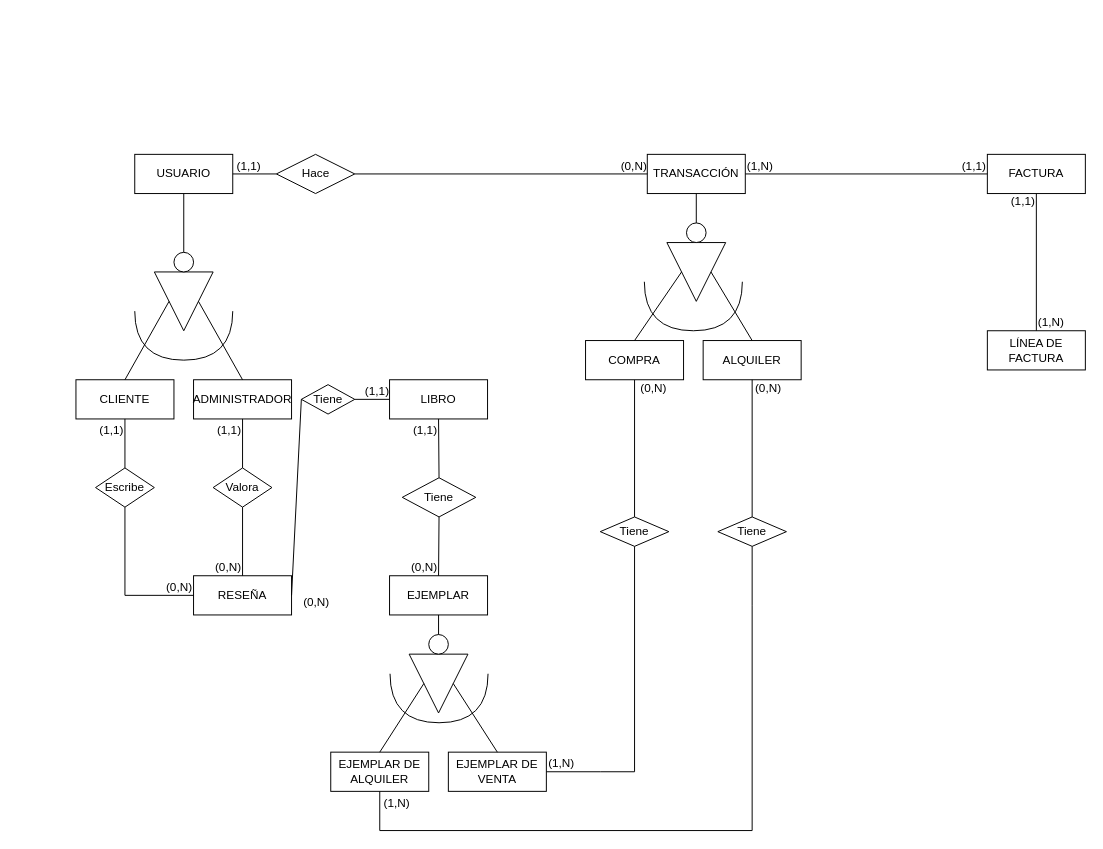
ImAlex28/draw.io keeps this draw.io diagram as Diagrama sin título.drawio. Above is the earlier version. Source tidied: cells renumbered, new cells numbered last; positions are measured from the earlier drawing's top-left corner, leaving out a move shared by most shapes. Both pictures are drawn from the tidied source at 98%, with x=0, y=0 at pixel (75, 154).
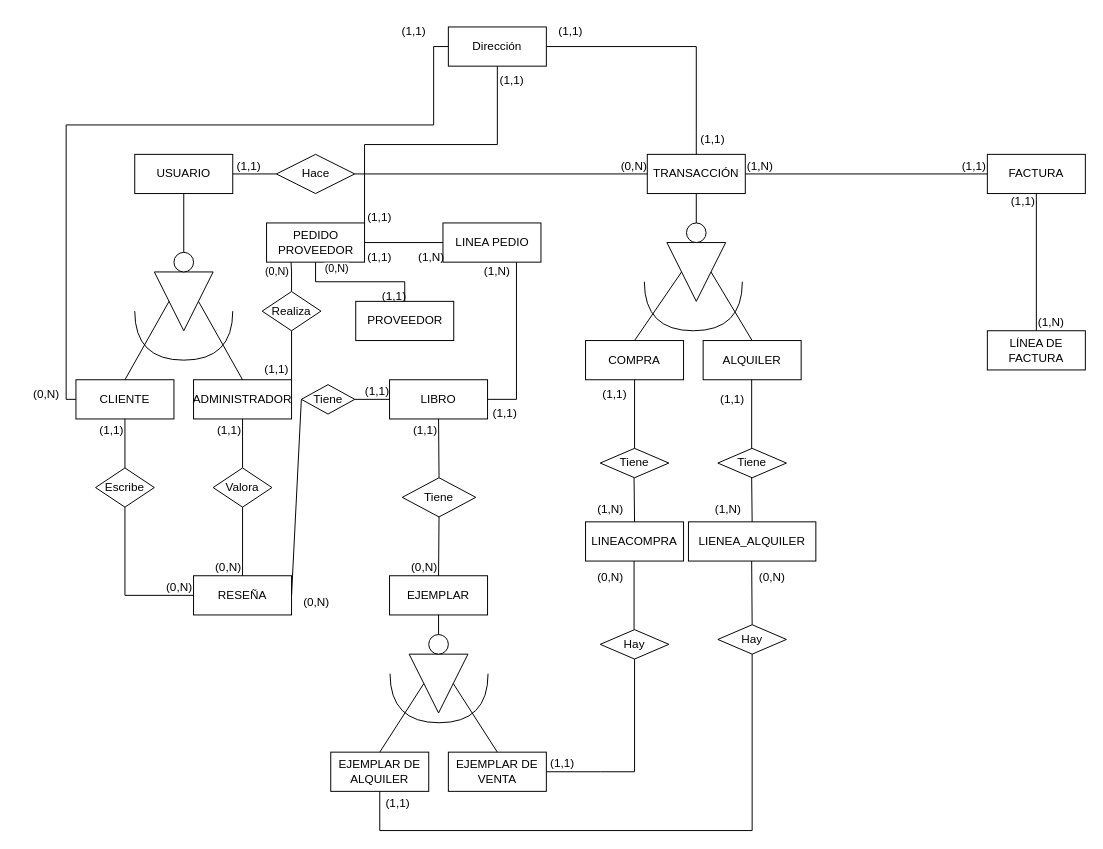
After the change.

Unchanged cells that the change refers to:
```xml
<mxCell id="2" value="LIBRO" style="whiteSpace=wrap;html=1;align=center;" parent="1" vertex="1">
  <mxGeometry x="320" y="230" width="100" height="40" as="geometry" />
</mxCell>
<mxCell id="4" value="EJEMPLAR DE ALQUILER" style="whiteSpace=wrap;html=1;align=center;" parent="1" vertex="1">
  <mxGeometry x="260" y="610" width="100" height="40" as="geometry" />
</mxCell>
<mxCell id="8" value="CLIENTE" style="whiteSpace=wrap;html=1;align=center;" parent="1" vertex="1">
  <mxGeometry y="230" width="100" height="40" as="geometry" />
</mxCell>
<mxCell id="9" value="ADMINISTRADOR" style="whiteSpace=wrap;html=1;align=center;" parent="1" vertex="1">
  <mxGeometry x="120" y="230" width="100" height="40" as="geometry" />
</mxCell>
<mxCell id="25" value="TRANSACCIÓN" style="whiteSpace=wrap;html=1;align=center;" parent="1" vertex="1">
  <mxGeometry x="583" width="100" height="40" as="geometry" />
</mxCell>
<mxCell id="50" style="endArrow=none;html=1;rounded=0;entryX=1;entryY=0.5;entryDx=0;entryDy=0;exitX=0.5;exitY=1;exitDx=0;exitDy=0;" parent="1" edge="1" source="47" target="5">
  <mxGeometry relative="1" as="geometry">
    <Array as="points">
      <mxPoint x="570" y="630" />
      <mxPoint x="535" y="630" />
    </Array>
  </mxGeometry>
</mxCell>
<mxCell id="53" value="COMPRA" style="whiteSpace=wrap;html=1;align=center;" parent="1" vertex="1">
  <mxGeometry x="520" y="190" width="100" height="40" as="geometry" />
</mxCell>
<mxCell id="54" value="ALQUILER" style="whiteSpace=wrap;html=1;align=center;" parent="1" vertex="1">
  <mxGeometry x="640" y="190" width="100" height="40" as="geometry" />
</mxCell>
```

Diff of the diagram source:
```diff
@@
+    <mxCell id="74" style="edgeStyle=orthogonalEdgeStyle;rounded=0;jettySize=auto;html=1;exitX=0;exitY=0.5;exitDx=0;exitDy=0;entryX=0;entryY=0.5;entryDx=0;entryDy=0;endArrow=none;startFill=0;" parent="1" edge="1" source="8" target="91">
+      <mxGeometry relative="1" as="geometry">
+        <Array as="points">
+          <mxPoint x="-10" y="250" />
+          <mxPoint x="-10" y="-30" />
+          <mxPoint x="365" y="-30" />
+          <mxPoint x="365" y="-110" />
+        </Array>
+      </mxGeometry>
+    </mxCell>
@@
-    <mxCell id="47" value="Tiene" style="shape=rhombus;perimeter=rhombusPerimeter;whiteSpace=wrap;html=1;align=center;" parent="1" vertex="1">
-      <mxGeometry x="535" y="370" width="70" height="30" as="geometry" />
+    <mxCell id="47" value="Hay" style="shape=rhombus;perimeter=rhombusPerimeter;whiteSpace=wrap;html=1;align=center;" parent="1" vertex="1">
+      <mxGeometry x="535" y="485" width="70" height="30" as="geometry" />
     </mxCell>
-    <mxCell id="48" style="endArrow=none;html=1;rounded=0;exitX=0.5;exitY=0;exitDx=0;exitDy=0;entryX=0.5;entryY=1;entryDx=0;entryDy=0;" parent="1" edge="1" source="47" target="53">
-      <mxGeometry relative="1" as="geometry" />
-    </mxCell>
-    <mxCell id="49" value="(0,N)" style="html=1;whiteSpace=wrap;align=right;verticalAlign=bottom;" parent="48" vertex="1">
-      <mxGeometry x="1" relative="1" as="geometry">
-        <mxPoint x="34" y="17" as="offset" />
-      </mxGeometry>
-    </mxCell>
@@
-    <mxCell id="51" value="(1,N)" style="html=1;whiteSpace=wrap;align=right;verticalAlign=bottom;" parent="50" vertex="1">
+    <mxCell id="51" value="(1,1)" style="html=1;whiteSpace=wrap;align=right;verticalAlign=bottom;" parent="50" vertex="1">
       <mxGeometry x="1" relative="1" as="geometry">
         <mxPoint x="30" as="offset" />
       </mxGeometry>
     </mxCell>
@@
-    <mxCell id="61" style="endArrow=none;html=1;rounded=0;entryX=0.5;entryY=1;entryDx=0;entryDy=0;exitX=0.5;exitY=0;exitDx=0;exitDy=0;" parent="1" edge="1" source="63" target="54">
-      <mxGeometry relative="1" as="geometry" />
-    </mxCell>
-    <mxCell id="62" value="(0,N)" style="html=1;whiteSpace=wrap;align=right;verticalAlign=bottom;" parent="61" vertex="1">
-      <mxGeometry x="1" relative="1" as="geometry">
-        <mxPoint x="31" y="17" as="offset" />
-      </mxGeometry>
-    </mxCell>
-    <mxCell id="63" value="Tiene" style="shape=rhombus;perimeter=rhombusPerimeter;whiteSpace=wrap;html=1;align=center;" parent="1" vertex="1">
-      <mxGeometry x="655" y="370" width="70" height="30" as="geometry" />
+    <mxCell id="63" value="Hay" style="shape=rhombus;perimeter=rhombusPerimeter;whiteSpace=wrap;html=1;align=center;" parent="1" vertex="1">
+      <mxGeometry x="655" y="480" width="70" height="30" as="geometry" />
     </mxCell>
     <mxCell id="64" style="endArrow=none;html=1;rounded=0;exitX=0.5;exitY=1;exitDx=0;exitDy=0;entryX=0.5;entryY=1;entryDx=0;entryDy=0;" parent="1" edge="1" source="63" target="4">
       <mxGeometry relative="1" as="geometry">
         <Array as="points">
-          <mxPoint x="690" y="460" />
           <mxPoint x="690" y="690" />
           <mxPoint x="310" y="690" />
         </Array>
       </mxGeometry>
     </mxCell>
-    <mxCell id="65" value="(1,N)" style="html=1;whiteSpace=wrap;align=right;verticalAlign=bottom;" parent="64" vertex="1">
+    <mxCell id="65" value="(1,1)" style="html=1;whiteSpace=wrap;align=right;verticalAlign=bottom;" parent="64" vertex="1">
       <mxGeometry x="1" relative="1" as="geometry">
         <mxPoint x="32" y="20" as="offset" />
       </mxGeometry>
     </mxCell>
@@
+    <mxCell id="75" style="edgeStyle=orthogonalEdgeStyle;rounded=0;jettySize=auto;html=1;endArrow=none;startFill=0;" parent="1" edge="1" source="78" target="85">
+      <mxGeometry relative="1" as="geometry" />
+    </mxCell>
+    <mxCell id="76" style="edgeStyle=orthogonalEdgeStyle;rounded=0;jettySize=auto;html=1;exitX=1;exitY=0;exitDx=0;exitDy=0;entryX=0.5;entryY=1;entryDx=0;entryDy=0;endArrow=none;startFill=0;" parent="1" edge="1" source="78" target="91">
+      <mxGeometry relative="1" as="geometry" />
+    </mxCell>
+    <mxCell id="77" style="edgeStyle=orthogonalEdgeStyle;rounded=0;jettySize=auto;html=1;exitX=0.5;exitY=1;exitDx=0;exitDy=0;endArrow=none;startFill=0;" parent="1" edge="1" source="78" target="98">
+      <mxGeometry relative="1" as="geometry" />
+    </mxCell>
+    <mxCell id="78" value="PEDIDO PROVEEDOR" style="whiteSpace=wrap;html=1;align=center;" parent="1" vertex="1">
+      <mxGeometry x="194.5" y="70" width="100" height="40" as="geometry" />
+    </mxCell>
+    <mxCell id="79" style="edgeStyle=orthogonalEdgeStyle;rounded=0;jettySize=auto;html=1;endArrow=none;startFill=0;entryX=0.25;entryY=1;entryDx=0;entryDy=0;" parent="1" edge="1" source="81" target="78">
+      <mxGeometry relative="1" as="geometry" />
+    </mxCell>
+    <mxCell id="80" value="(0,N)" style="edgeLabel;html=1;align=center;verticalAlign=middle;" parent="79" vertex="1">
+      <mxGeometry x="0.38" relative="1" as="geometry">
+        <mxPoint x="-15" as="offset" />
+      </mxGeometry>
+    </mxCell>
+    <mxCell id="81" value="Realiza" style="shape=rhombus;perimeter=rhombusPerimeter;whiteSpace=wrap;html=1;align=center;" parent="1" vertex="1">
+      <mxGeometry x="190" y="140" width="60" height="40" as="geometry" />
+    </mxCell>
+    <mxCell id="82" style="endArrow=none;html=1;rounded=0;exitX=1;exitY=0;exitDx=0;exitDy=0;entryX=0.5;entryY=1;entryDx=0;entryDy=0;" parent="1" edge="1" source="9" target="81">
+      <mxGeometry relative="1" as="geometry" />
+    </mxCell>
+    <mxCell id="83" value="(1,1)" style="text;html=1;align=center;verticalAlign=middle;whiteSpace=wrap;rounded=0;" parent="1" vertex="1">
+      <mxGeometry x="190" y="205" width="30" height="30" as="geometry" />
+    </mxCell>
+    <mxCell id="84" style="edgeStyle=orthogonalEdgeStyle;rounded=0;jettySize=auto;html=1;exitX=0.75;exitY=1;exitDx=0;exitDy=0;entryX=1;entryY=0.5;entryDx=0;entryDy=0;endArrow=none;startFill=0;" parent="1" edge="1" source="85" target="2">
+      <mxGeometry relative="1" as="geometry" />
+    </mxCell>
+    <mxCell id="85" value="LINEA PEDIO" style="whiteSpace=wrap;html=1;align=center;" parent="1" vertex="1">
+      <mxGeometry x="374.5" y="70" width="100" height="40" as="geometry" />
+    </mxCell>
+    <mxCell id="86" value="(1,1)" style="text;html=1;align=center;verticalAlign=middle;whiteSpace=wrap;rounded=0;" parent="1" vertex="1">
+      <mxGeometry x="280" y="90" width="60" height="30" as="geometry" />
+    </mxCell>
+    <mxCell id="87" value="(1,N)" style="text;html=1;align=center;verticalAlign=middle;whiteSpace=wrap;rounded=0;" parent="1" vertex="1">
+      <mxGeometry x="333" y="90" width="60" height="30" as="geometry" />
+    </mxCell>
+    <mxCell id="88" value="(1,N)" style="text;html=1;align=center;verticalAlign=middle;whiteSpace=wrap;rounded=0;" parent="1" vertex="1">
+      <mxGeometry x="400" y="105" width="60" height="30" as="geometry" />
+    </mxCell>
+    <mxCell id="89" value="(1,1&lt;span style=&quot;background-color: transparent; color: light-dark(rgb(0, 0, 0), rgb(255, 255, 255));&quot;&gt;)&lt;/span&gt;" style="text;html=1;align=center;verticalAlign=middle;whiteSpace=wrap;rounded=0;" parent="1" vertex="1">
+      <mxGeometry x="408" y="250" width="60" height="30" as="geometry" />
+    </mxCell>
+    <mxCell id="90" style="edgeStyle=orthogonalEdgeStyle;rounded=0;jettySize=auto;html=1;exitX=1;exitY=0.5;exitDx=0;exitDy=0;entryX=0.5;entryY=0;entryDx=0;entryDy=0;endArrow=none;startFill=0;" parent="1" edge="1" source="91" target="25">
+      <mxGeometry relative="1" as="geometry" />
+    </mxCell>
+    <mxCell id="91" value="Dirección" style="whiteSpace=wrap;html=1;align=center;" parent="1" vertex="1">
+      <mxGeometry x="380" y="-130" width="100" height="40" as="geometry" />
+    </mxCell>
+    <mxCell id="92" value="(0,N)" style="text;html=1;align=center;verticalAlign=middle;whiteSpace=wrap;rounded=0;" parent="1" vertex="1">
+      <mxGeometry x="-60" y="230" width="60" height="30" as="geometry" />
+    </mxCell>
+    <mxCell id="93" value="(1,1)" style="text;html=1;align=center;verticalAlign=middle;whiteSpace=wrap;rounded=0;" parent="1" vertex="1">
+      <mxGeometry x="314.5" y="-140" width="60" height="30" as="geometry" />
+    </mxCell>
+    <mxCell id="94" value="(1,1)" style="text;html=1;align=center;verticalAlign=middle;whiteSpace=wrap;rounded=0;" parent="1" vertex="1">
+      <mxGeometry x="475" y="-140" width="60" height="30" as="geometry" />
+    </mxCell>
+    <mxCell id="95" value="(1,1)" style="text;html=1;align=center;verticalAlign=middle;whiteSpace=wrap;rounded=0;" parent="1" vertex="1">
+      <mxGeometry x="620" y="-30" width="60" height="30" as="geometry" />
+    </mxCell>
+    <mxCell id="96" value="(1,1)" style="text;html=1;align=center;verticalAlign=middle;whiteSpace=wrap;rounded=0;" parent="1" vertex="1">
+      <mxGeometry x="414.5" y="-90" width="60" height="30" as="geometry" />
+    </mxCell>
+    <mxCell id="97" value="(1,1)" style="text;html=1;align=center;verticalAlign=middle;whiteSpace=wrap;rounded=0;" parent="1" vertex="1">
+      <mxGeometry x="280" y="50" width="60" height="30" as="geometry" />
+    </mxCell>
+    <mxCell id="98" value="PROVEEDOR" style="whiteSpace=wrap;html=1;align=center;" parent="1" vertex="1">
+      <mxGeometry x="285.5" y="150" width="100" height="40" as="geometry" />
+    </mxCell>
+    <mxCell id="99" value="(1,1)" style="text;html=1;align=center;verticalAlign=middle;whiteSpace=wrap;rounded=0;" parent="1" vertex="1">
+      <mxGeometry x="294.5" y="130" width="60" height="30" as="geometry" />
+    </mxCell>
+    <mxCell id="100" value="(0,N)" style="edgeLabel;html=1;align=center;verticalAlign=middle;" parent="1" vertex="1">
+      <mxGeometry x="220" y="120" as="geometry">
+        <mxPoint x="45" y="-4" as="offset" />
+      </mxGeometry>
+    </mxCell>
+    <mxCell id="101" value="LINEACOMPRA" style="whiteSpace=wrap;html=1;align=center;" parent="1" vertex="1">
+      <mxGeometry x="520" y="375" width="100" height="40" as="geometry" />
+    </mxCell>
+    <mxCell id="102" value="LIENEA_ALQUILER" style="whiteSpace=wrap;html=1;align=center;" parent="1" vertex="1">
+      <mxGeometry x="625" y="375" width="130" height="40" as="geometry" />
+    </mxCell>
+    <mxCell id="103" value="(1,1&lt;span style=&quot;background-color: transparent; color: light-dark(rgb(0, 0, 0), rgb(255, 255, 255));&quot;&gt;)&lt;/span&gt;" style="text;html=1;align=center;verticalAlign=middle;whiteSpace=wrap;rounded=0;" parent="1" vertex="1">
+      <mxGeometry x="520" y="230" width="60" height="30" as="geometry" />
+    </mxCell>
+    <mxCell id="104" value="(1,1&lt;span style=&quot;background-color: transparent; color: light-dark(rgb(0, 0, 0), rgb(255, 255, 255));&quot;&gt;)&lt;/span&gt;" style="text;html=1;align=center;verticalAlign=middle;whiteSpace=wrap;rounded=0;" parent="1" vertex="1">
+      <mxGeometry x="640" y="235" width="60" height="30" as="geometry" />
+    </mxCell>
+    <mxCell id="105" value="Tiene" style="shape=rhombus;perimeter=rhombusPerimeter;whiteSpace=wrap;html=1;align=center;" parent="1" vertex="1">
+      <mxGeometry x="535" y="300" width="70" height="30" as="geometry" />
+    </mxCell>
+    <mxCell id="106" value="Tiene" style="shape=rhombus;perimeter=rhombusPerimeter;whiteSpace=wrap;html=1;align=center;" parent="1" vertex="1">
+      <mxGeometry x="655" y="300" width="70" height="30" as="geometry" />
+    </mxCell>
+    <mxCell id="107" style="endArrow=none;html=1;rounded=0;entryX=0.5;entryY=0;entryDx=0;entryDy=0;" parent="1" edge="1" target="105">
+      <mxGeometry relative="1" as="geometry">
+        <mxPoint x="570" y="230" as="sourcePoint" />
+      </mxGeometry>
+    </mxCell>
+    <mxCell id="108" value="(1,N)" style="html=1;whiteSpace=wrap;align=right;verticalAlign=bottom;" parent="107" vertex="1">
+      <mxGeometry x="1" relative="1" as="geometry">
+        <mxPoint x="-10" y="70" as="offset" />
+      </mxGeometry>
+    </mxCell>
+    <mxCell id="109" style="endArrow=none;html=1;rounded=0;entryX=0.5;entryY=0;entryDx=0;entryDy=0;" parent="1" edge="1" target="101">
+      <mxGeometry relative="1" as="geometry">
+        <mxPoint x="569.5" y="330" as="sourcePoint" />
+      </mxGeometry>
+    </mxCell>
+    <mxCell id="110" value="(1,N)" style="html=1;whiteSpace=wrap;align=right;verticalAlign=bottom;" parent="109" vertex="1">
+      <mxGeometry x="1" relative="1" as="geometry">
+        <mxPoint x="110" y="-5" as="offset" />
+      </mxGeometry>
+    </mxCell>
+    <mxCell id="111" style="endArrow=none;html=1;rounded=0;entryX=0.5;entryY=0;entryDx=0;entryDy=0;" parent="1" edge="1">
+      <mxGeometry relative="1" as="geometry">
+        <mxPoint x="689.5" y="230" as="sourcePoint" />
+        <mxPoint x="689.5" y="300" as="targetPoint" />
+      </mxGeometry>
+    </mxCell>
+    <mxCell id="112" style="endArrow=none;html=1;rounded=0;entryX=0.5;entryY=0;entryDx=0;entryDy=0;" parent="1" edge="1" target="102">
+      <mxGeometry relative="1" as="geometry">
+        <mxPoint x="689.5" y="330" as="sourcePoint" />
+      </mxGeometry>
+    </mxCell>
+    <mxCell id="113" style="endArrow=none;html=1;rounded=0;entryX=0.5;entryY=0;entryDx=0;entryDy=0;" parent="1" edge="1">
+      <mxGeometry relative="1" as="geometry">
+        <mxPoint x="569.5" y="415" as="sourcePoint" />
+        <mxPoint x="569.5" y="485" as="targetPoint" />
+      </mxGeometry>
+    </mxCell>
+    <mxCell id="114" value="(0,N)" style="html=1;whiteSpace=wrap;align=right;verticalAlign=bottom;" parent="113" vertex="1">
+      <mxGeometry x="1" relative="1" as="geometry">
+        <mxPoint x="-10" y="-45" as="offset" />
+      </mxGeometry>
+    </mxCell>
+    <mxCell id="115" style="endArrow=none;html=1;rounded=0;entryX=0.5;entryY=0;entryDx=0;entryDy=0;" parent="1" edge="1" target="63">
+      <mxGeometry relative="1" as="geometry">
+        <mxPoint x="689.5" y="415" as="sourcePoint" />
+      </mxGeometry>
+    </mxCell>
+    <mxCell id="116" value="(0,N)" style="html=1;whiteSpace=wrap;align=right;verticalAlign=bottom;" parent="1" vertex="1">
+      <mxGeometry x="725" y="440" as="geometry" />
+    </mxCell>
```
